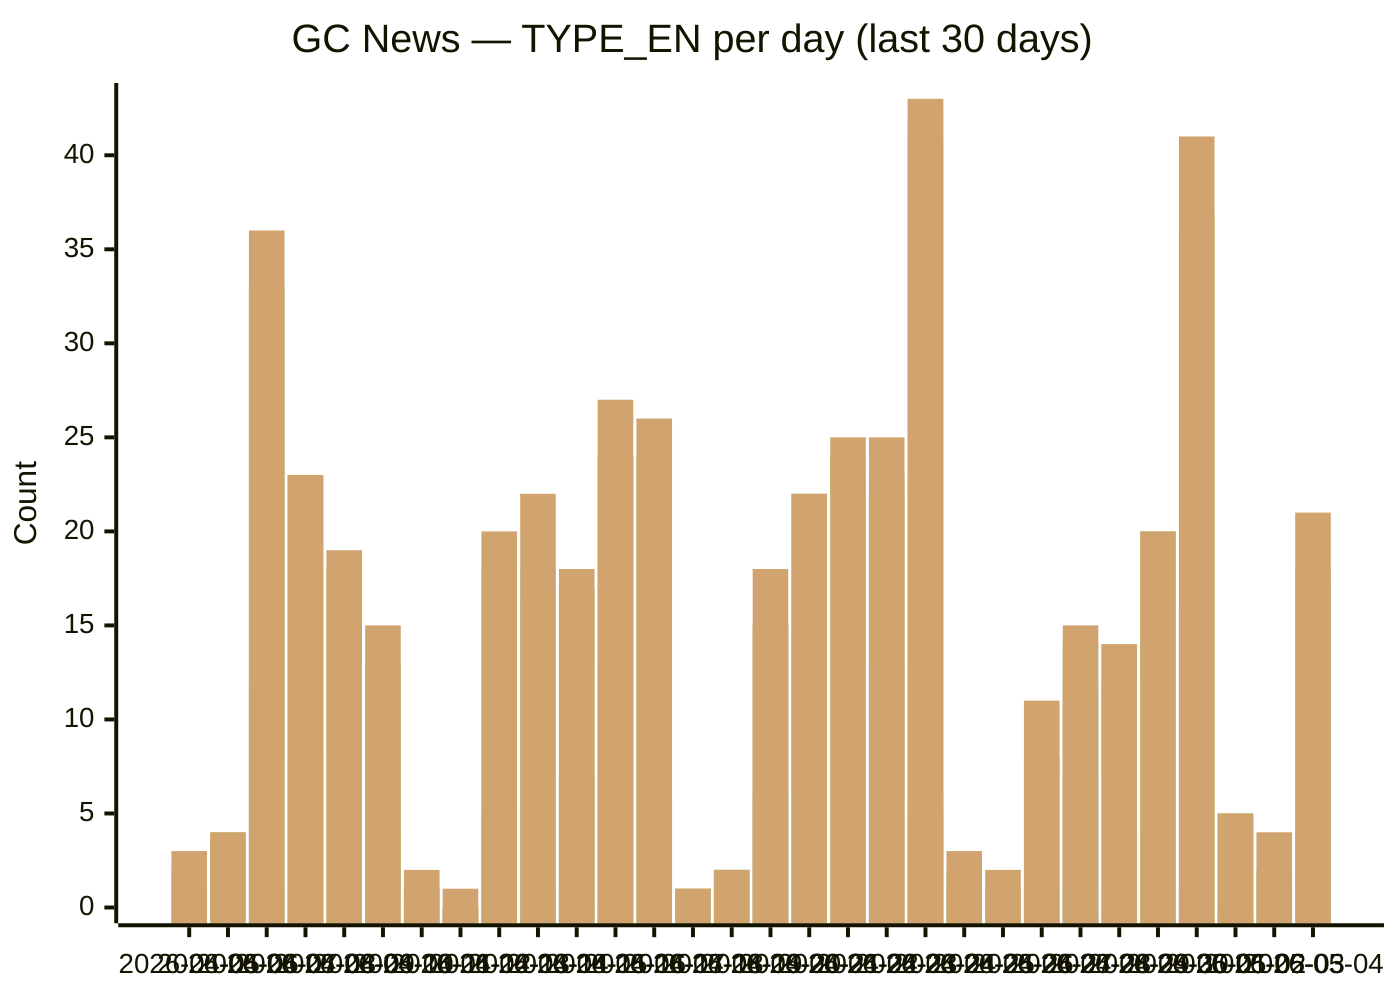
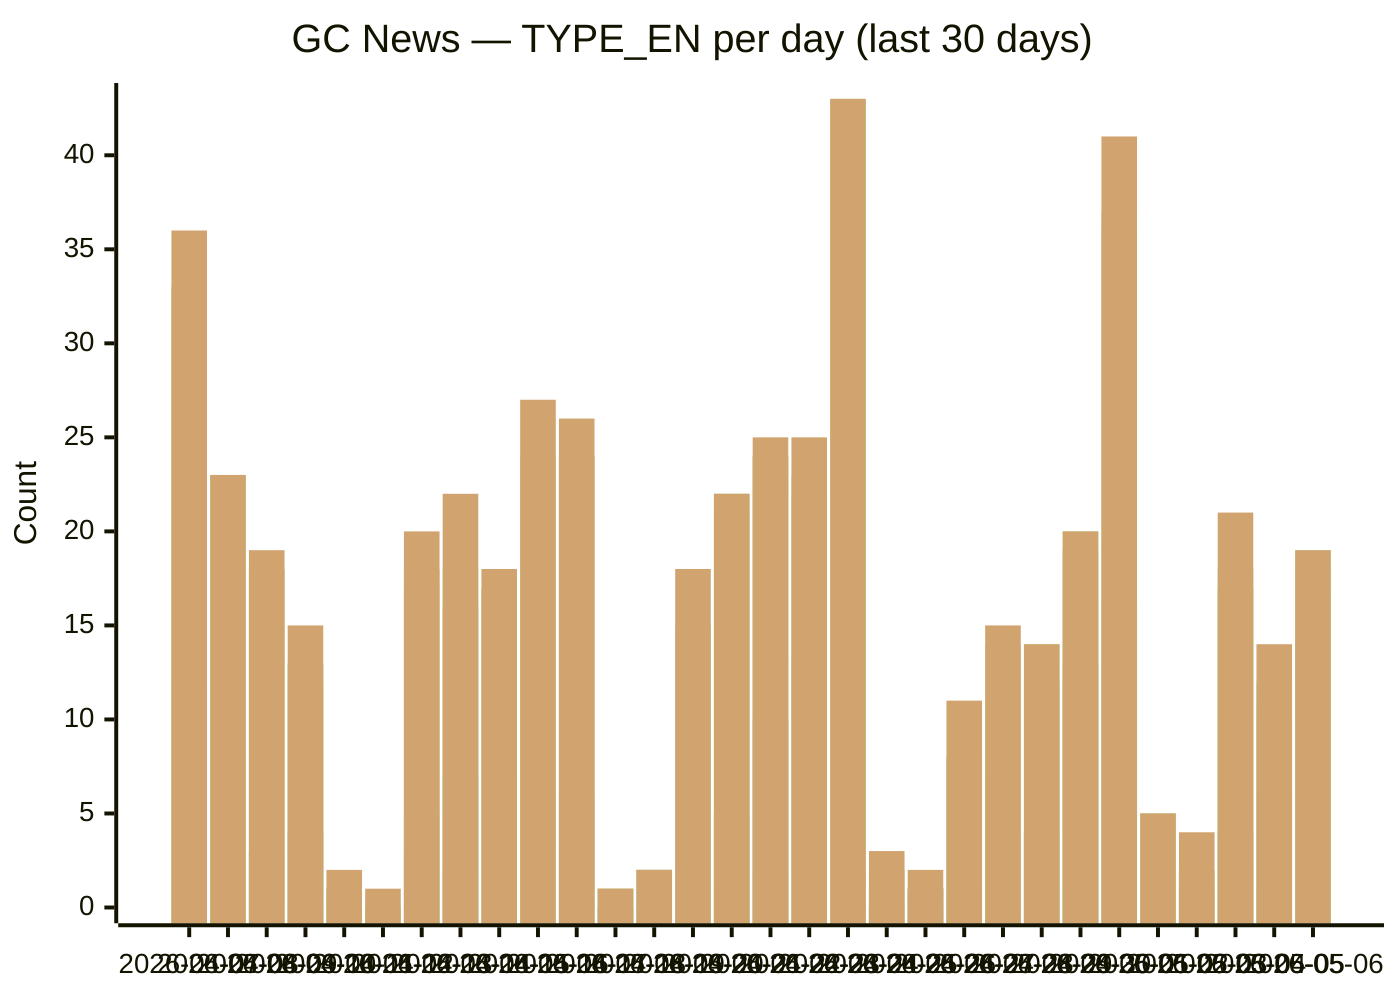
xychart-beta
  title "GC News — TYPE_EN per day (last 30 days)"
-   x-axis [2026-04-05, 2026-04-06, 2026-04-07, 2026-04-08, 2026-04-09, 2026-04-10, 2026-04-11, 2026-04-12, 2026-04-13, 2026-04-14, 2026-04-15, 2026-04-16, 2026-04-17, 2026-04-18, 2026-04-19, 2026-04-20, 2026-04-21, 2026-04-22, 2026-04-23, 2026-04-24, 2026-04-25, 2026-04-26, 2026-04-27, 2026-04-28, 2026-04-29, 2026-04-30, 2026-05-01, 2026-05-02, 2026-05-03, 2026-05-04]
+   x-axis [2026-04-07, 2026-04-08, 2026-04-09, 2026-04-10, 2026-04-11, 2026-04-12, 2026-04-13, 2026-04-14, 2026-04-15, 2026-04-16, 2026-04-17, 2026-04-18, 2026-04-19, 2026-04-20, 2026-04-21, 2026-04-22, 2026-04-23, 2026-04-24, 2026-04-25, 2026-04-26, 2026-04-27, 2026-04-28, 2026-04-29, 2026-04-30, 2026-05-01, 2026-05-02, 2026-05-03, 2026-05-04, 2026-05-05, 2026-05-06]
  y-axis "Count" 0 --> 43
-   bar backgrounders [0, 0, 5, 1, 1, 0, 0, 0, 3, 2, 1, 0, 3, 0, 0, 3, 1, 2, 1, 5, 0, 0, 1, 1, 0, 1, 1, 0, 0, 2]
-   bar "media advisories" [1, 3, 12, 8, 3, 4, 1, 0, 5, 7, 7, 13, 6, 0, 2, 6, 5, 10, 13, 6, 0, 1, 1, 7, 4, 13, 16, 0, 1, 4]
-   bar "news releases" [2, 4, 33, 23, 18, 12, 1, 0, 17, 16, 17, 24, 24, 1, 2, 15, 21, 24, 22, 41, 1, 1, 8, 11, 12, 19, 36, 5, 2, 17]
-   bar readouts [2, 4, 33, 23, 18, 13, 1, 0, 18, 16, 17, 24, 24, 1, 2, 15, 22, 24, 22, 42, 2, 1, 8, 12, 12, 19, 36, 5, 2, 17]
-   bar speeches [2, 4, 33, 23, 18, 13, 1, 0, 18, 18, 17, 24, 24, 1, 2, 15, 22, 24, 23, 43, 2, 1, 8, 14, 14, 20, 37, 5, 2, 18]
-   bar statements [3, 4, 36, 23, 19, 15, 2, 1, 20, 22, 18, 27, 26, 1, 2, 18, 22, 25, 25, 43, 3, 2, 11, 15, 14, 20, 41, 5, 4, 21]
+   bar backgrounders [5, 1, 1, 0, 0, 0, 3, 2, 1, 0, 3, 0, 0, 3, 1, 2, 1, 5, 0, 0, 1, 1, 0, 1, 1, 0, 0, 2, 1, 2]
+   bar "media advisories" [12, 8, 3, 4, 1, 0, 5, 7, 7, 13, 6, 0, 2, 6, 5, 10, 13, 6, 0, 1, 1, 7, 4, 13, 16, 0, 1, 4, 6, 7]
+   bar "news releases" [33, 23, 18, 12, 1, 0, 17, 16, 17, 24, 24, 1, 2, 15, 21, 24, 22, 41, 1, 1, 8, 11, 12, 19, 36, 5, 2, 17, 10, 17]
+   bar readouts [33, 23, 18, 13, 1, 0, 18, 16, 17, 24, 24, 1, 2, 15, 22, 24, 22, 42, 2, 1, 8, 12, 12, 19, 36, 5, 2, 17, 11, 18]
+   bar speeches [33, 23, 18, 13, 1, 0, 18, 18, 17, 24, 24, 1, 2, 15, 22, 24, 23, 43, 2, 1, 8, 14, 14, 20, 37, 5, 2, 18, 12, 19]
+   bar statements [36, 23, 19, 15, 2, 1, 20, 22, 18, 27, 26, 1, 2, 18, 22, 25, 25, 43, 3, 2, 11, 15, 14, 20, 41, 5, 4, 21, 14, 19]
